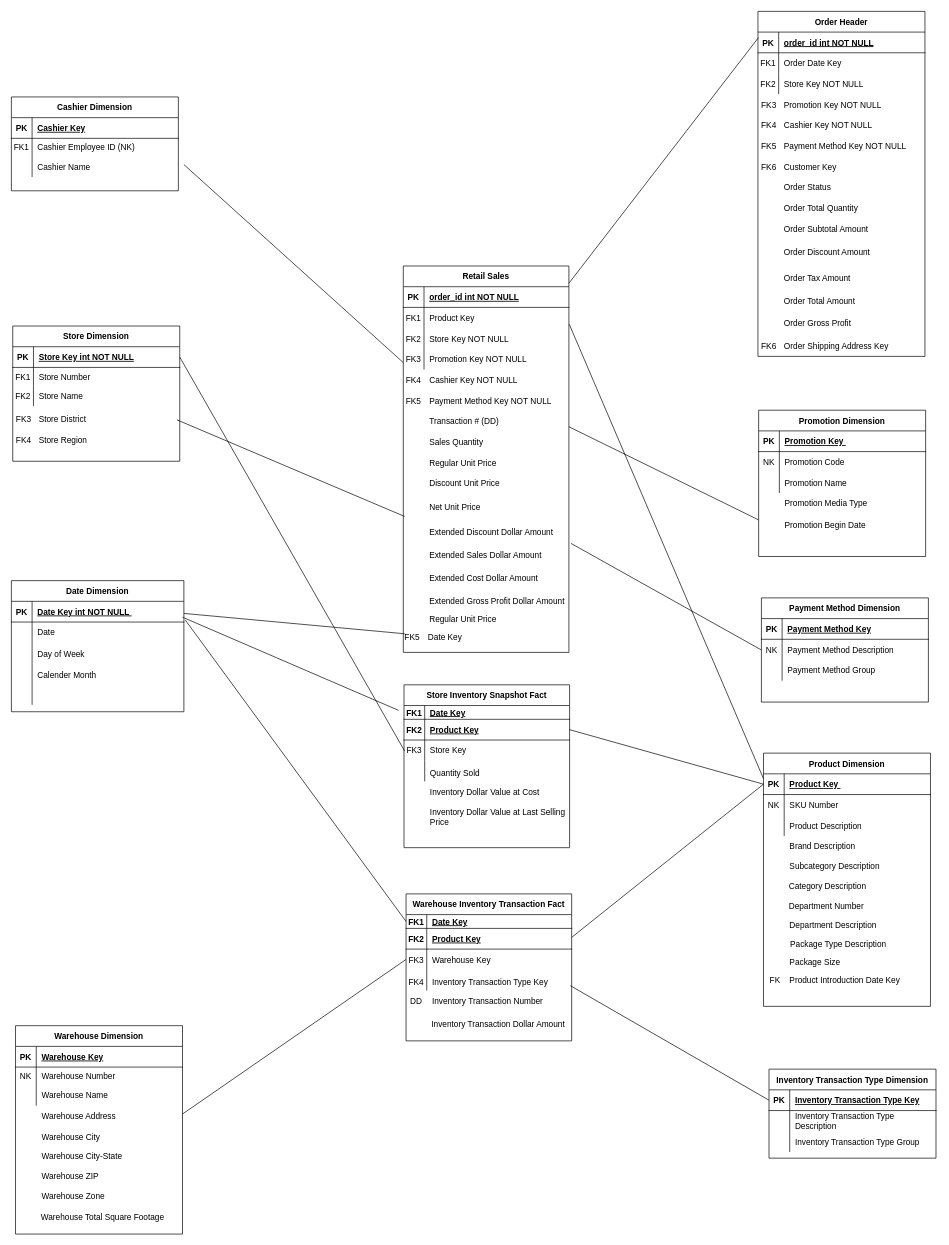
mannny29/demo keeps this draw.io diagram as Untitled Diagram.drawio. Above is the earlier version. Source tidied: cells renumbered, new cells numbered last; positions are measured from the earlier drawing's top-left corner, leaving out a move shared by most shapes. Both pictures are drawn from the tidied source at 69%, with x=0, y=0 at pixel (11, 11).
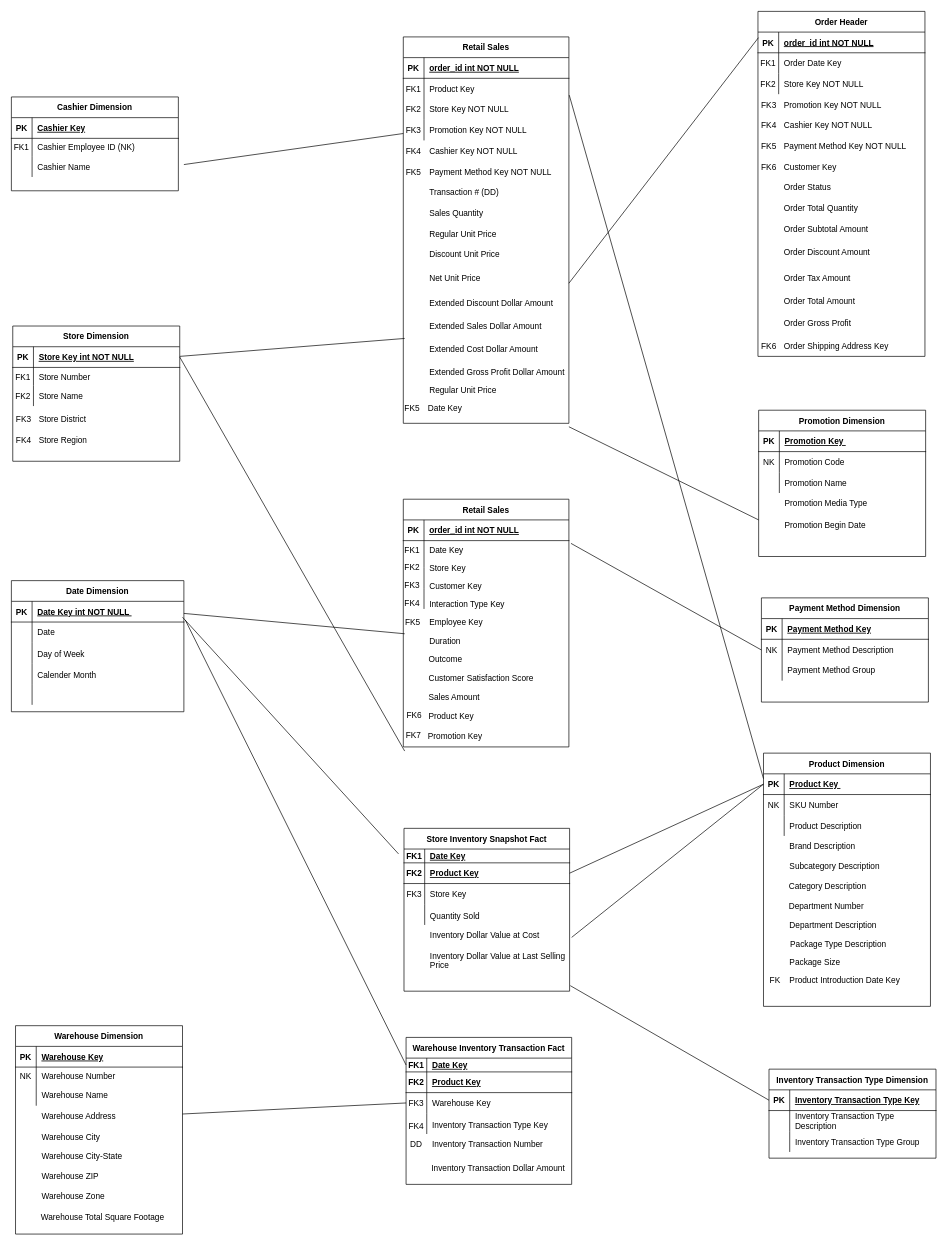
The same diagram, later.

Diff of the diagram source:
```diff
@@
     <mxCell id="2" value="Retail Sales" style="shape=table;startSize=30;childLayout=tableLayout;rowLines=0;fontStyle=1;align=center;" parent="1" vertex="1">
-      <mxGeometry x="568" y="369" width="240" height="560" as="geometry" />
+      <mxGeometry x="568" y="37" width="240" height="560" as="geometry" />
     </mxCell>
@@
     <mxCell id="15" value="FK3" style="shape=partialRectangle;overflow=hidden;fillColor=none;top=0;left=0;bottom=0;right=0;" parent="1" vertex="1">
-      <mxGeometry x="568" y="489" width="30" height="30" as="geometry" />
+      <mxGeometry x="568" y="157" width="30" height="30" as="geometry" />
     </mxCell>
     <mxCell id="16" value="Promotion Key NOT NULL" style="shape=partialRectangle;overflow=hidden;fillColor=none;top=0;left=0;bottom=0;right=0;align=left;spacingLeft=6;" parent="1" vertex="1">
-      <mxGeometry x="598" y="489" width="220" height="30" as="geometry" />
+      <mxGeometry x="598" y="157" width="220" height="30" as="geometry" />
     </mxCell>
     <mxCell id="17" value="FK4" style="shape=partialRectangle;overflow=hidden;fillColor=none;top=0;left=0;bottom=0;right=0;" parent="1" vertex="1">
-      <mxGeometry x="568" y="519" width="30" height="30" as="geometry" />
+      <mxGeometry x="568" y="187" width="30" height="30" as="geometry" />
     </mxCell>
     <mxCell id="18" value="Cashier Key NOT NULL" style="shape=partialRectangle;overflow=hidden;fillColor=none;top=0;left=0;bottom=0;right=0;align=left;spacingLeft=6;" parent="1" vertex="1">
-      <mxGeometry x="598" y="519" width="220" height="30" as="geometry" />
+      <mxGeometry x="598" y="187" width="220" height="30" as="geometry" />
     </mxCell>
     <mxCell id="19" value="FK5" style="shape=partialRectangle;overflow=hidden;fillColor=none;top=0;left=0;bottom=0;right=0;" parent="1" vertex="1">
-      <mxGeometry x="568" y="549" width="30" height="30" as="geometry" />
+      <mxGeometry x="568" y="217" width="30" height="30" as="geometry" />
     </mxCell>
     <mxCell id="20" value="Payment Method Key NOT NULL" style="shape=partialRectangle;overflow=hidden;fillColor=none;top=0;left=0;bottom=0;right=0;align=left;spacingLeft=6;" parent="1" vertex="1">
-      <mxGeometry x="598" y="549" width="220" height="30" as="geometry" />
+      <mxGeometry x="598" y="217" width="220" height="30" as="geometry" />
     </mxCell>
     <mxCell id="21" style="shape=partialRectangle;overflow=hidden;fillColor=none;top=0;left=0;bottom=0;right=0;" parent="1" vertex="1">
-      <mxGeometry x="568" y="579" width="30" height="30" as="geometry" />
+      <mxGeometry x="568" y="247" width="30" height="30" as="geometry" />
     </mxCell>
     <mxCell id="22" value="Transaction # (DD)" style="shape=partialRectangle;overflow=hidden;fillColor=none;top=0;left=0;bottom=0;right=0;align=left;spacingLeft=6;" parent="1" vertex="1">
-      <mxGeometry x="598" y="579" width="220" height="30" as="geometry" />
+      <mxGeometry x="598" y="247" width="220" height="30" as="geometry" />
     </mxCell>
     <mxCell id="23" style="shape=partialRectangle;overflow=hidden;fillColor=none;top=0;left=0;bottom=0;right=0;" parent="1" vertex="1">
-      <mxGeometry x="568" y="609" width="30" height="30" as="geometry" />
+      <mxGeometry x="568" y="277" width="30" height="30" as="geometry" />
     </mxCell>
     <mxCell id="24" value="Sales Quantity" style="shape=partialRectangle;overflow=hidden;fillColor=none;top=0;left=0;bottom=0;right=0;align=left;spacingLeft=6;" parent="1" vertex="1">
-      <mxGeometry x="598" y="609" width="220" height="30" as="geometry" />
+      <mxGeometry x="598" y="277" width="220" height="30" as="geometry" />
     </mxCell>
     <mxCell id="25" style="shape=partialRectangle;overflow=hidden;fillColor=none;top=0;left=0;bottom=0;right=0;" parent="1" vertex="1">
-      <mxGeometry x="568" y="639" width="30" height="30" as="geometry" />
+      <mxGeometry x="568" y="307" width="30" height="30" as="geometry" />
     </mxCell>
     <mxCell id="26" value="Regular Unit Price" style="shape=partialRectangle;overflow=hidden;fillColor=none;top=0;left=0;bottom=0;right=0;align=left;spacingLeft=6;" parent="1" vertex="1">
-      <mxGeometry x="598" y="639" width="220" height="30" as="geometry" />
+      <mxGeometry x="598" y="307" width="220" height="30" as="geometry" />
     </mxCell>
     <mxCell id="27" value="Discount Unit Price" style="shape=partialRectangle;overflow=hidden;fillColor=none;top=0;left=0;bottom=0;right=0;align=left;spacingLeft=6;" parent="1" vertex="1">
-      <mxGeometry x="598" y="669" width="220" height="30" as="geometry" />
+      <mxGeometry x="598" y="337" width="220" height="30" as="geometry" />
     </mxCell>
     <mxCell id="28" value="Extended Discount Dollar Amount" style="shape=partialRectangle;overflow=hidden;fillColor=none;top=0;left=0;bottom=0;right=0;align=left;spacingLeft=6;" parent="1" vertex="1">
-      <mxGeometry x="598" y="740" width="220" height="30" as="geometry" />
+      <mxGeometry x="598" y="408" width="220" height="30" as="geometry" />
     </mxCell>
     <mxCell id="29" value="Net Unit Price" style="shape=partialRectangle;overflow=hidden;fillColor=none;top=0;left=0;bottom=0;right=0;align=left;spacingLeft=6;" parent="1" vertex="1">
-      <mxGeometry x="598" y="703" width="220" height="30" as="geometry" />
+      <mxGeometry x="598" y="371" width="220" height="30" as="geometry" />
     </mxCell>
     <mxCell id="30" value="Extended Sales Dollar Amount" style="shape=partialRectangle;overflow=hidden;fillColor=none;top=0;left=0;bottom=0;right=0;align=left;spacingLeft=6;" parent="1" vertex="1">
-      <mxGeometry x="598" y="773" width="220" height="30" as="geometry" />
+      <mxGeometry x="598" y="441" width="220" height="30" as="geometry" />
     </mxCell>
     <mxCell id="31" value="Extended Cost Dollar Amount" style="shape=partialRectangle;overflow=hidden;fillColor=none;top=0;left=0;bottom=0;right=0;align=left;spacingLeft=6;" parent="1" vertex="1">
-      <mxGeometry x="598" y="806" width="220" height="30" as="geometry" />
+      <mxGeometry x="598" y="474" width="220" height="30" as="geometry" />
     </mxCell>
     <mxCell id="32" value="Regular Unit Price" style="shape=partialRectangle;overflow=hidden;fillColor=none;top=0;left=0;bottom=0;right=0;align=left;spacingLeft=6;" parent="1" vertex="1">
-      <mxGeometry x="598" y="869" width="220" height="23" as="geometry" />
+      <mxGeometry x="598" y="537" width="220" height="23" as="geometry" />
     </mxCell>
     <mxCell id="33" value="Extended Gross Profit Dollar Amount " style="shape=partialRectangle;overflow=hidden;fillColor=none;top=0;left=0;bottom=0;right=0;align=left;spacingLeft=6;" parent="1" vertex="1">
-      <mxGeometry x="598" y="839" width="220" height="30" as="geometry" />
+      <mxGeometry x="598" y="507" width="220" height="30" as="geometry" />
     </mxCell>
@@
     <mxCell id="108" style="endArrow=none;html=1;rounded=0;" parent="1" edge="1">
       <mxGeometry relative="1" as="geometry">
-        <mxPoint x="240" y="592" as="sourcePoint" />
-        <mxPoint x="570" y="732" as="targetPoint" />
+        <mxPoint x="244" y="500" as="sourcePoint" />
+        <mxPoint x="570" y="474" as="targetPoint" />
       </mxGeometry>
     </mxCell>
@@
     <mxCell id="113" value="Store Inventory Snapshot Fact" style="shape=table;startSize=30;childLayout=tableLayout;rowLines=0;fontStyle=1;align=center;" parent="1" vertex="1">
-      <mxGeometry x="569" y="976" width="240" height="236" as="geometry" />
+      <mxGeometry x="569" y="1184" width="240" height="236" as="geometry" />
     </mxCell>
@@
     <mxCell id="126" value="Quantity Sold" style="shape=partialRectangle;overflow=hidden;fillColor=none;top=0;left=0;bottom=0;right=0;align=left;spacingLeft=6;" parent="1" vertex="1">
-      <mxGeometry x="599" y="1088" width="220" height="30" as="geometry" />
+      <mxGeometry x="599" y="1296" width="220" height="30" as="geometry" />
     </mxCell>
     <mxCell id="127" style="shape=partialRectangle;overflow=hidden;fillColor=none;top=0;left=0;bottom=0;right=0;" parent="1" vertex="1">
-      <mxGeometry x="569" y="1186" width="30" height="30" as="geometry" />
+      <mxGeometry x="569" y="1394" width="30" height="30" as="geometry" />
     </mxCell>
     <mxCell id="128" style="shape=partialRectangle;overflow=hidden;fillColor=none;top=0;left=0;bottom=0;right=0;" parent="1" vertex="1">
-      <mxGeometry x="578" y="1216" width="30" height="30" as="geometry" />
+      <mxGeometry x="578" y="1424" width="30" height="30" as="geometry" />
     </mxCell>
     <mxCell id="129" style="shape=partialRectangle;overflow=hidden;fillColor=none;top=0;left=0;bottom=0;right=0;" parent="1" vertex="1">
-      <mxGeometry x="578" y="1246" width="30" height="30" as="geometry" />
+      <mxGeometry x="578" y="1454" width="30" height="30" as="geometry" />
     </mxCell>
     <mxCell id="130" value="Inventory Dollar Value at Cost" style="shape=partialRectangle;overflow=hidden;fillColor=none;top=0;left=0;bottom=0;right=0;align=left;spacingLeft=6;" parent="1" vertex="1">
-      <mxGeometry x="599" y="1116" width="220" height="30" as="geometry" />
+      <mxGeometry x="599" y="1324" width="220" height="30" as="geometry" />
     </mxCell>
     <mxCell id="131" value="Inventory Dollar Value at Last Selling &#10;Price" style="shape=partialRectangle;overflow=hidden;fillColor=none;top=0;left=0;bottom=0;right=0;align=left;spacingLeft=6;" parent="1" vertex="1">
-      <mxGeometry x="599" y="1143" width="220" height="49" as="geometry" />
+      <mxGeometry x="599" y="1351" width="220" height="49" as="geometry" />
     </mxCell>
     <mxCell id="132" value="Warehouse Inventory Transaction Fact" style="shape=table;startSize=30;childLayout=tableLayout;rowLines=0;fontStyle=1;align=center;" parent="1" vertex="1">
-      <mxGeometry x="572" y="1279" width="240" height="213" as="geometry" />
+      <mxGeometry x="572" y="1487" width="240" height="213" as="geometry" />
     </mxCell>
@@
     <mxCell id="145" value="Inventory Transaction Type Key" style="shape=partialRectangle;overflow=hidden;fillColor=none;top=0;left=0;bottom=0;right=0;align=left;spacingLeft=6;" parent="1" vertex="1">
-      <mxGeometry x="602" y="1391" width="220" height="30" as="geometry" />
+      <mxGeometry x="602" y="1599" width="220" height="30" as="geometry" />
     </mxCell>
     <mxCell id="146" style="shape=partialRectangle;overflow=hidden;fillColor=none;top=0;left=0;bottom=0;right=0;" parent="1" vertex="1">
-      <mxGeometry x="572" y="1489" width="30" height="30" as="geometry" />
+      <mxGeometry x="572" y="1589" width="30" height="30" as="geometry" />
     </mxCell>
     <mxCell id="147" value="Inventory Transaction Number" style="shape=partialRectangle;overflow=hidden;fillColor=none;top=0;left=0;bottom=0;right=0;align=left;spacingLeft=6;" parent="1" vertex="1">
-      <mxGeometry x="602" y="1419" width="220" height="30" as="geometry" />
+      <mxGeometry x="602" y="1627" width="220" height="30" as="geometry" />
     </mxCell>
     <mxCell id="148" value="Inventory Transaction Dollar Amount" style="shape=partialRectangle;overflow=hidden;fillColor=none;top=0;left=0;bottom=0;right=0;align=left;spacingLeft=6;" parent="1" vertex="1">
-      <mxGeometry x="601" y="1443" width="220" height="49" as="geometry" />
+      <mxGeometry x="601" y="1651" width="220" height="49" as="geometry" />
     </mxCell>
     <mxCell id="149" value="FK4" style="shape=partialRectangle;overflow=hidden;fillColor=none;top=0;left=0;bottom=0;right=0;" parent="1" vertex="1">
-      <mxGeometry x="572" y="1392" width="30" height="30" as="geometry" />
+      <mxGeometry x="572" y="1600" width="30" height="30" as="geometry" />
     </mxCell>
     <mxCell id="150" value="DD" style="shape=partialRectangle;overflow=hidden;fillColor=none;top=0;left=0;bottom=0;right=0;" parent="1" vertex="1">
-      <mxGeometry x="572" y="1419" width="30" height="30" as="geometry" />
+      <mxGeometry x="572" y="1627" width="30" height="30" as="geometry" />
     </mxCell>
@@
     <mxCell id="232" value="FK5" style="shape=partialRectangle;overflow=hidden;fillColor=none;top=0;left=0;bottom=0;right=0;" parent="1" vertex="1">
-      <mxGeometry x="566" y="892" width="30" height="30" as="geometry" />
+      <mxGeometry x="566" y="560" width="30" height="30" as="geometry" />
     </mxCell>
     <mxCell id="233" value="Date Key" style="shape=partialRectangle;overflow=hidden;fillColor=none;top=0;left=0;bottom=0;right=0;align=left;spacingLeft=6;" parent="1" vertex="1">
-      <mxGeometry x="596" y="892" width="220" height="30" as="geometry" />
+      <mxGeometry x="596" y="560" width="220" height="30" as="geometry" />
     </mxCell>
@@
+    <mxCell id="236" value="Retail Sales" style="shape=table;startSize=30;childLayout=tableLayout;rowLines=0;fontStyle=1;align=center;" parent="1" vertex="1">
+      <mxGeometry x="568" y="707" width="240" height="359" as="geometry" />
+    </mxCell>
+    <mxCell id="237" style="shape=partialRectangle;fillColor=none;top=0;left=0;right=0;bottom=1;" parent="236" vertex="1">
+      <mxGeometry y="30" width="240" height="30" as="geometry" />
+    </mxCell>
+    <mxCell id="238" value="PK" style="shape=partialRectangle;overflow=hidden;fillColor=none;top=0;left=0;bottom=0;right=0;fontStyle=1;" parent="237" vertex="1">
+      <mxGeometry width="30" height="30" as="geometry" />
+    </mxCell>
+    <mxCell id="239" value="order_id int NOT NULL " style="shape=partialRectangle;overflow=hidden;fillColor=none;top=0;left=0;bottom=0;right=0;align=left;spacingLeft=6;fontStyle=5;" parent="237" vertex="1">
+      <mxGeometry x="30" width="210" height="30" as="geometry" />
+    </mxCell>
+    <mxCell id="240" style="shape=partialRectangle;fillColor=none;top=0;left=0;right=0;bottom=0;" parent="236" vertex="1">
+      <mxGeometry y="60" width="240" height="39" as="geometry" />
+    </mxCell>
+    <mxCell id="241" style="shape=partialRectangle;overflow=hidden;fillColor=none;top=0;left=0;bottom=0;right=0;" parent="240" vertex="1">
+      <mxGeometry width="30" height="39" as="geometry" />
+    </mxCell>
+    <mxCell id="242" style="shape=partialRectangle;overflow=hidden;fillColor=none;top=0;left=0;bottom=0;right=0;align=left;spacingLeft=6;" parent="240" vertex="1">
+      <mxGeometry x="30" width="210" height="39" as="geometry" />
+    </mxCell>
+    <mxCell id="243" style="shape=partialRectangle;fillColor=none;top=0;left=0;right=0;bottom=0;" parent="236" vertex="1">
+      <mxGeometry y="99" width="240" height="30" as="geometry" />
+    </mxCell>
+    <mxCell id="244" style="shape=partialRectangle;overflow=hidden;fillColor=none;top=0;left=0;bottom=0;right=0;" parent="243" vertex="1">
+      <mxGeometry width="30" height="30" as="geometry" />
+    </mxCell>
+    <mxCell id="245" style="shape=partialRectangle;overflow=hidden;fillColor=none;top=0;left=0;bottom=0;right=0;align=left;spacingLeft=6;" parent="243" vertex="1">
+      <mxGeometry x="30" width="210" height="30" as="geometry" />
+    </mxCell>
+    <mxCell id="246" style="shape=partialRectangle;fillColor=none;top=0;left=0;right=0;bottom=0;" parent="236" vertex="1">
+      <mxGeometry y="129" width="240" height="30" as="geometry" />
+    </mxCell>
+    <mxCell id="247" style="shape=partialRectangle;overflow=hidden;fillColor=none;top=0;left=0;bottom=0;right=0;" parent="246" vertex="1">
+      <mxGeometry width="30" height="30" as="geometry" />
+    </mxCell>
+    <mxCell id="248" style="shape=partialRectangle;overflow=hidden;fillColor=none;top=0;left=0;bottom=0;right=0;align=left;spacingLeft=6;" parent="246" vertex="1">
+      <mxGeometry x="30" width="210" height="30" as="geometry" />
+    </mxCell>
+    <mxCell id="249" style="shape=partialRectangle;overflow=hidden;fillColor=none;top=0;left=0;bottom=0;right=0;" parent="1" vertex="1">
+      <mxGeometry x="568" y="849" width="30" height="30" as="geometry" />
+    </mxCell>
+    <mxCell id="250" value="Date Key" style="shape=partialRectangle;overflow=hidden;fillColor=none;top=0;left=0;bottom=0;right=0;align=left;spacingLeft=6;" parent="1" vertex="1">
+      <mxGeometry x="598" y="766" width="220" height="30" as="geometry" />
+    </mxCell>
+    <mxCell id="251" value="FK1" style="shape=partialRectangle;overflow=hidden;fillColor=none;top=0;left=0;bottom=0;right=0;" parent="1" vertex="1">
+      <mxGeometry x="566" y="766" width="30" height="29" as="geometry" />
+    </mxCell>
+    <mxCell id="252" value="Store Key" style="shape=partialRectangle;overflow=hidden;fillColor=none;top=0;left=0;bottom=0;right=0;align=left;spacingLeft=6;" parent="1" vertex="1">
+      <mxGeometry x="598" y="791" width="220" height="30" as="geometry" />
+    </mxCell>
+    <mxCell id="253" value="FK2" style="shape=partialRectangle;overflow=hidden;fillColor=none;top=0;left=0;bottom=0;right=0;" parent="1" vertex="1">
+      <mxGeometry x="566" y="791" width="30" height="29" as="geometry" />
+    </mxCell>
+    <mxCell id="254" value="Customer Key" style="shape=partialRectangle;overflow=hidden;fillColor=none;top=0;left=0;bottom=0;right=0;align=left;spacingLeft=6;" parent="1" vertex="1">
+      <mxGeometry x="598" y="817" width="220" height="30" as="geometry" />
+    </mxCell>
+    <mxCell id="255" value="FK3" style="shape=partialRectangle;overflow=hidden;fillColor=none;top=0;left=0;bottom=0;right=0;" parent="1" vertex="1">
+      <mxGeometry x="566" y="817" width="30" height="29" as="geometry" />
+    </mxCell>
+    <mxCell id="256" value="Interaction Type Key" style="shape=partialRectangle;overflow=hidden;fillColor=none;top=0;left=0;bottom=0;right=0;align=left;spacingLeft=6;" parent="1" vertex="1">
+      <mxGeometry x="598" y="843" width="220" height="30" as="geometry" />
+    </mxCell>
+    <mxCell id="257" value="FK4" style="shape=partialRectangle;overflow=hidden;fillColor=none;top=0;left=0;bottom=0;right=0;" parent="1" vertex="1">
+      <mxGeometry x="566" y="843" width="30" height="29" as="geometry" />
+    </mxCell>
+    <mxCell id="258" value="Employee Key" style="shape=partialRectangle;overflow=hidden;fillColor=none;top=0;left=0;bottom=0;right=0;align=left;spacingLeft=6;" parent="1" vertex="1">
+      <mxGeometry x="598" y="870" width="220" height="30" as="geometry" />
+    </mxCell>
+    <mxCell id="259" value="FK5" style="shape=partialRectangle;overflow=hidden;fillColor=none;top=0;left=0;bottom=0;right=0;" parent="1" vertex="1">
+      <mxGeometry x="567" y="870" width="30" height="29" as="geometry" />
+    </mxCell>
+    <mxCell id="260" value="Duration" style="shape=partialRectangle;overflow=hidden;fillColor=none;top=0;left=0;bottom=0;right=0;align=left;spacingLeft=6;" parent="1" vertex="1">
+      <mxGeometry x="598" y="898" width="220" height="30" as="geometry" />
+    </mxCell>
+    <mxCell id="261" value="Outcome" style="shape=partialRectangle;overflow=hidden;fillColor=none;top=0;left=0;bottom=0;right=0;align=left;spacingLeft=6;" parent="1" vertex="1">
+      <mxGeometry x="597" y="923" width="220" height="30" as="geometry" />
+    </mxCell>
+    <mxCell id="262" value="Customer Satisfaction Score" style="shape=partialRectangle;overflow=hidden;fillColor=none;top=0;left=0;bottom=0;right=0;align=left;spacingLeft=6;" parent="1" vertex="1">
+      <mxGeometry x="597" y="951" width="220" height="30" as="geometry" />
+    </mxCell>
+    <mxCell id="263" value="Sales Amount" style="shape=partialRectangle;overflow=hidden;fillColor=none;top=0;left=0;bottom=0;right=0;align=left;spacingLeft=6;" parent="1" vertex="1">
+      <mxGeometry x="597" y="979" width="220" height="30" as="geometry" />
+    </mxCell>
+    <mxCell id="264" value="Product Key" style="shape=partialRectangle;overflow=hidden;fillColor=none;top=0;left=0;bottom=0;right=0;align=left;spacingLeft=6;" parent="1" vertex="1">
+      <mxGeometry x="597" y="997.5" width="220" height="46" as="geometry" />
+    </mxCell>
+    <mxCell id="265" value="FK6" style="shape=partialRectangle;overflow=hidden;fillColor=none;top=0;left=0;bottom=0;right=0;" parent="1" vertex="1">
+      <mxGeometry x="569" y="997.5" width="30" height="45" as="geometry" />
+    </mxCell>
+    <mxCell id="266" value="Promotion Key" style="shape=partialRectangle;overflow=hidden;fillColor=none;top=0;left=0;bottom=0;right=0;align=left;spacingLeft=6;" parent="1" vertex="1">
+      <mxGeometry x="596" y="1026.5" width="220" height="46" as="geometry" />
+    </mxCell>
+    <mxCell id="267" value="FK7" style="shape=partialRectangle;overflow=hidden;fillColor=none;top=0;left=0;bottom=0;right=0;" parent="1" vertex="1">
+      <mxGeometry x="568" y="1026.5" width="30" height="45" as="geometry" />
+    </mxCell>
```
